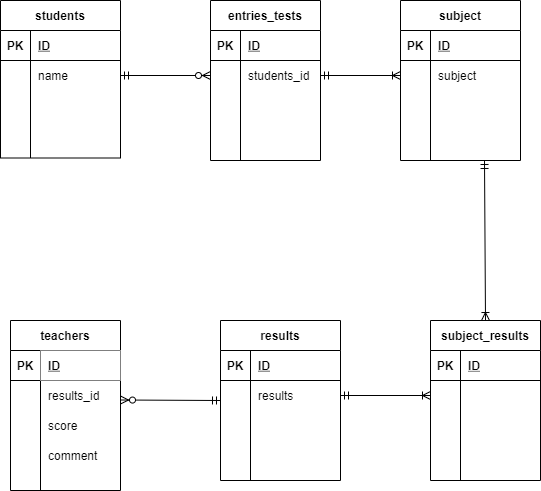
Rise-K/coachtech-db-practice keeps this draw.io diagram as index.drawio.png. Above is the earlier version. Source tidied: cells renumbered, new cells last; positions are measured from the earlier drawing's top-left corner, leaving out a move shared by most shapes.
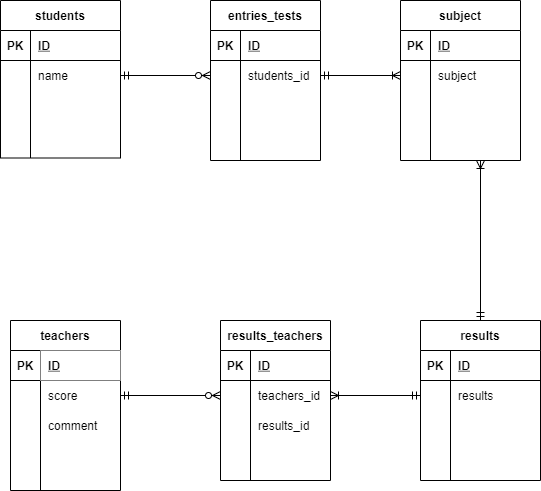
The same diagram one commit later.

Commit message:
テーブル、リレーション、アトリビュートの変更

Diff of the diagram source:
```diff
@@ -53,17 +53,8 @@
     <mxCell id="18" value="ID" style="shape=partialRectangle;top=0;left=0;bottom=0;right=0;align=left;spacingLeft=6;fontStyle=5;overflow=hidden;" parent="16" vertex="1">
       <mxGeometry x="30" width="80" height="30" as="geometry" />
     </mxCell>
-    <mxCell id="19" style="shape=partialRectangle;fillColor=none;top=0;left=0;bottom=0;right=0;" parent="15" vertex="1">
-      <mxGeometry y="60" width="110" height="30" as="geometry" />
-    </mxCell>
-    <mxCell id="20" style="shape=partialRectangle;fillColor=none;top=0;left=0;bottom=0;right=0;overflow=hidden;" parent="19" vertex="1">
-      <mxGeometry width="30" height="30" as="geometry" />
-    </mxCell>
-    <mxCell id="21" value="results_id" style="shape=partialRectangle;fillColor=none;top=0;left=0;bottom=0;right=0;align=left;spacingLeft=6;overflow=hidden;" parent="19" vertex="1">
-      <mxGeometry x="30" width="80" height="30" as="geometry" />
-    </mxCell>
     <mxCell id="22" style="shape=partialRectangle;fillColor=none;top=0;left=0;bottom=0;right=0;" parent="15" vertex="1">
-      <mxGeometry y="90" width="110" height="30" as="geometry" />
+      <mxGeometry y="60" width="110" height="30" as="geometry" />
     </mxCell>
     <mxCell id="23" style="shape=partialRectangle;fillColor=none;top=0;left=0;bottom=0;right=0;overflow=hidden;" parent="22" vertex="1">
       <mxGeometry width="30" height="30" as="geometry" />
@@ -72,7 +63,7 @@
       <mxGeometry x="30" width="80" height="30" as="geometry" />
     </mxCell>
     <mxCell id="25" style="shape=partialRectangle;fillColor=none;top=0;left=0;bottom=0;right=0;" parent="15" vertex="1">
-      <mxGeometry y="120" width="110" height="30" as="geometry" />
+      <mxGeometry y="90" width="110" height="30" as="geometry" />
     </mxCell>
     <mxCell id="26" style="shape=partialRectangle;fillColor=none;top=0;left=0;bottom=0;right=0;overflow=hidden;" parent="25" vertex="1">
       <mxGeometry width="30" height="30" as="geometry" />
@@ -80,6 +71,15 @@
     <mxCell id="27" value="comment" style="shape=partialRectangle;fillColor=none;top=0;left=0;bottom=0;right=0;align=left;spacingLeft=6;overflow=hidden;" parent="25" vertex="1">
       <mxGeometry x="30" width="80" height="30" as="geometry" />
     </mxCell>
+    <mxCell id="19" style="shape=partialRectangle;fillColor=none;top=0;left=0;bottom=0;right=0;" parent="15" vertex="1">
+      <mxGeometry y="120" width="110" height="30" as="geometry" />
+    </mxCell>
+    <mxCell id="20" style="shape=partialRectangle;fillColor=none;top=0;left=0;bottom=0;right=0;overflow=hidden;" parent="19" vertex="1">
+      <mxGeometry width="30" height="30" as="geometry" />
+    </mxCell>
+    <mxCell id="21" style="shape=partialRectangle;fillColor=none;top=0;left=0;bottom=0;right=0;align=left;spacingLeft=6;overflow=hidden;" parent="19" vertex="1">
+      <mxGeometry x="30" width="80" height="30" as="geometry" />
+    </mxCell>
     <mxCell id="28" style="shape=partialRectangle;fillColor=none;top=0;left=0;bottom=0;right=0;" parent="15" vertex="1">
       <mxGeometry y="150" width="110" height="20" as="geometry" />
     </mxCell>
@@ -134,7 +134,7 @@
       <mxGeometry x="30" width="80" height="30" as="geometry" />
     </mxCell>
     <mxCell id="45" value="results" style="shape=table;startSize=30;rowLines=0;fontStyle=1;align=center;" parent="1" vertex="1">
-      <mxGeometry x="220" y="320" width="120" height="160" as="geometry" />
+      <mxGeometry x="420" y="320" width="120" height="160" as="geometry" />
     </mxCell>
     <mxCell id="46" style="shape=partialRectangle;fillColor=none;top=0;left=0;bottom=1;right=0;" parent="45" vertex="1">
       <mxGeometry y="30" width="120" height="30" as="geometry" />
@@ -216,21 +216,25 @@
         <mxPoint x="400" y="75" as="targetPoint" />
       </mxGeometry>
     </mxCell>
-    <mxCell id="72" style="fontSize=12;html=1;endArrow=ERzeroToMany;startArrow=ERmandOne;" parent="1" edge="1">
+    <mxCell id="72" style="fontSize=12;html=1;endArrow=ERzeroToMany;startArrow=ERmandOne;entryX=0;entryY=0.5;entryDx=0;entryDy=0;" parent="1" edge="1" target="78">
       <mxGeometry relative="1" as="geometry">
-        <mxPoint x="220" y="400" as="sourcePoint" />
-        <mxPoint x="120" y="399.5" as="targetPoint" />
+        <mxPoint x="120" y="395" as="sourcePoint" />
       </mxGeometry>
     </mxCell>
-    <mxCell id="73" style="fontSize=12;html=1;endArrow=ERoneToMany;startArrow=ERmandOne;entryX=0.5;entryY=0;entryDx=0;entryDy=0;" parent="1" edge="1" target="74">
+    <mxCell id="73" style="fontSize=12;html=1;endArrow=ERoneToMany;startArrow=ERmandOne;exitX=0.5;exitY=0;exitDx=0;exitDy=0;" parent="1" edge="1" source="45">
       <mxGeometry relative="1" as="geometry">
-        <mxPoint x="484" y="160" as="sourcePoint" />
+        <mxPoint x="480" y="160" as="targetPoint" />
       </mxGeometry>
     </mxCell>
-    <mxCell id="74" value="subject_results" style="shape=table;startSize=30;rowLines=0;fontStyle=1;align=center;" parent="1" vertex="1">
-      <mxGeometry x="430" y="320" width="110" height="160" as="geometry" />
-    </mxCell>
+    <mxCell id="87" style="fontSize=12;html=1;endArrow=ERoneToMany;startArrow=ERmandOne;exitX=0;exitY=0.5;exitDx=0;exitDy=0;" parent="1" edge="1" source="49">
+      <mxGeometry relative="1" as="geometry">
+        <mxPoint x="330" y="395" as="targetPoint" />
+      </mxGeometry>
+    </mxCell>
+    <mxCell id="88" value="results_teachers" style="shape=table;startSize=30;rowLines=0;fontStyle=1;align=center;" parent="1" vertex="1">
+      <mxGeometry x="220" y="320" width="110" height="160" as="geometry" />
+    </mxCell>
-    <mxCell id="75" style="shape=partialRectangle;fillColor=none;top=0;left=0;bottom=1;right=0;" parent="74" vertex="1">
+    <mxCell id="75" style="shape=partialRectangle;fillColor=none;top=0;left=0;bottom=1;right=0;" parent="88" vertex="1">
       <mxGeometry y="30" width="110" height="30" as="geometry" />
     </mxCell>
     <mxCell id="76" value="PK" style="shape=partialRectangle;fillColor=none;top=0;left=0;bottom=0;right=0;fontStyle=1;overflow=hidden;" parent="75" vertex="1">
@@ -239,35 +243,32 @@
     <mxCell id="77" value="ID" style="shape=partialRectangle;fillColor=none;top=0;left=0;bottom=0;right=0;align=left;spacingLeft=6;fontStyle=5;overflow=hidden;" parent="75" vertex="1">
       <mxGeometry x="30" width="80" height="30" as="geometry" />
     </mxCell>
-    <mxCell id="78" style="shape=partialRectangle;fillColor=none;top=0;left=0;bottom=0;right=0;points=[[0,0.5],[1,0.5]];portConstraint=eastwest;" parent="74" vertex="1">
+    <mxCell id="78" style="shape=partialRectangle;fillColor=none;top=0;left=0;bottom=0;right=0;points=[[0,0.5],[1,0.5]];portConstraint=eastwest;" parent="88" vertex="1">
       <mxGeometry y="60" width="110" height="30" as="geometry" />
     </mxCell>
-    <mxCell id="79" style="shape=partialRectangle;fillColor=none;top=0;left=0;bottom=0;right=0;overflow=hidden;" parent="78" vertex="1">
-      <mxGeometry width="30" height="30" as="geometry" />
-    </mxCell>
-    <mxCell id="80" style="shape=partialRectangle;fillColor=none;top=0;left=0;bottom=0;right=0;align=left;spacingLeft=6;overflow=hidden;" parent="78" vertex="1">
-      <mxGeometry x="30" width="80" height="30" as="geometry" />
-    </mxCell>
+    <mxCell id="89" style="shape=partialRectangle;fillColor=none;top=0;left=0;bottom=0;right=0;overflow=hidden;" parent="78" vertex="1">
+      <mxGeometry width="30" height="30" as="geometry" />
+    </mxCell>
+    <mxCell id="90" value="teachers_id" style="shape=partialRectangle;fillColor=none;top=0;left=0;bottom=0;right=0;align=left;spacingLeft=6;overflow=hidden;fontStyle=0;" parent="78" vertex="1">
+      <mxGeometry x="30" width="80" height="30" as="geometry" />
+    </mxCell>
-    <mxCell id="81" style="shape=partialRectangle;fillColor=none;top=0;left=0;bottom=0;right=0;" parent="74" vertex="1">
+    <mxCell id="81" style="shape=partialRectangle;fillColor=none;top=0;left=0;bottom=0;right=0;" parent="88" vertex="1">
       <mxGeometry y="90" width="110" height="30" as="geometry" />
     </mxCell>
-    <mxCell id="82" style="shape=partialRectangle;fillColor=none;top=0;left=0;bottom=0;right=0;overflow=hidden;" parent="81" vertex="1">
-      <mxGeometry width="30" height="30" as="geometry" />
-    </mxCell>
-    <mxCell id="83" style="shape=partialRectangle;fillColor=none;top=0;left=0;bottom=0;right=0;align=left;spacingLeft=6;overflow=hidden;" parent="81" vertex="1">
-      <mxGeometry x="30" width="80" height="30" as="geometry" />
-    </mxCell>
+    <mxCell id="91" style="shape=partialRectangle;fillColor=none;top=0;left=0;bottom=0;right=0;overflow=hidden;" parent="81" vertex="1">
+      <mxGeometry width="30" height="30" as="geometry" />
+    </mxCell>
+    <mxCell id="92" value="results_id" style="shape=partialRectangle;fillColor=none;top=0;left=0;bottom=0;right=0;align=left;spacingLeft=6;overflow=hidden;" parent="81" vertex="1">
+      <mxGeometry x="30" width="80" height="30" as="geometry" />
+    </mxCell>
-    <mxCell id="84" style="shape=partialRectangle;fillColor=none;top=0;left=0;bottom=0;right=0;" parent="74" vertex="1">
+    <mxCell id="84" style="shape=partialRectangle;fillColor=none;top=0;left=0;bottom=0;right=0;" parent="88" vertex="1">
       <mxGeometry y="120" width="110" height="30" as="geometry" />
     </mxCell>
-    <mxCell id="85" style="shape=partialRectangle;fillColor=none;top=0;left=0;bottom=0;right=0;overflow=hidden;" parent="84" vertex="1">
-      <mxGeometry width="30" height="30" as="geometry" />
-    </mxCell>
-    <mxCell id="86" style="shape=partialRectangle;fillColor=none;top=0;left=0;bottom=0;right=0;align=left;spacingLeft=6;overflow=hidden;" parent="84" vertex="1">
-      <mxGeometry x="30" width="80" height="30" as="geometry" />
-    </mxCell>
-    <mxCell id="87" style="fontSize=12;html=1;endArrow=ERoneToMany;startArrow=ERmandOne;entryX=0;entryY=0.5;entryDx=0;entryDy=0;exitX=1;exitY=0.5;exitDx=0;exitDy=0;" parent="1" edge="1" source="49" target="78">
-      <mxGeometry relative="1" as="geometry" />
-    </mxCell>
+    <mxCell id="93" style="shape=partialRectangle;fillColor=none;top=0;left=0;bottom=0;right=0;overflow=hidden;" parent="84" vertex="1">
+      <mxGeometry width="30" height="30" as="geometry" />
+    </mxCell>
+    <mxCell id="94" style="shape=partialRectangle;fillColor=none;top=0;left=0;bottom=0;right=0;align=left;spacingLeft=6;overflow=hidden;" parent="84" vertex="1">
+      <mxGeometry x="30" width="80" height="30" as="geometry" />
+    </mxCell>
   </root>
 </mxGraphModel>
```
